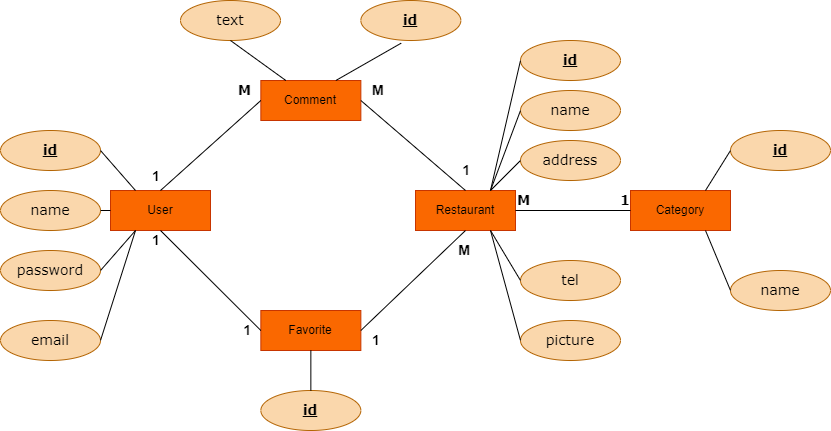
This is ERD餐廳論壇.png from zephyrlin33/picture, a draw.io export, as it was before one commit. Source tidied: cells renumbered, new cells last; positions are measured from the earlier drawing's top-left corner, leaving out a move shared by most shapes.
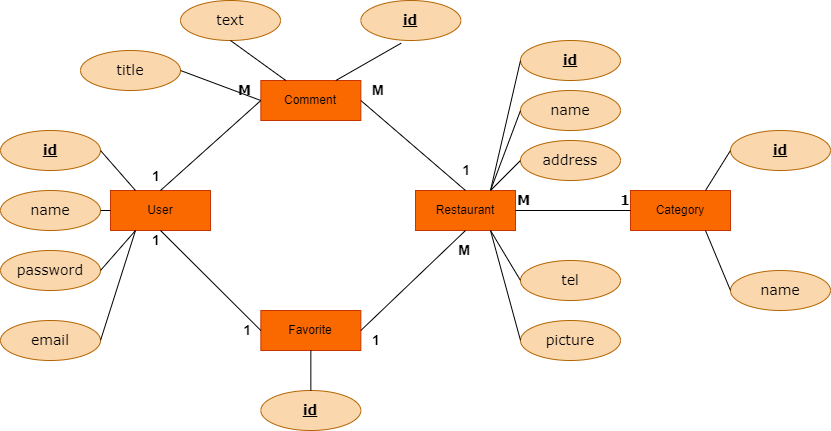
After the commit.

Commit message:
更新ERD餐廳論壇.png

Diff of the diagram source:
```diff
@@ -162,5 +162,11 @@
     <mxCell id="49" style="endArrow=none;html=1;rounded=0;fontFamily=Verdana;fontSize=14;exitX=0.75;exitY=1;exitDx=0;exitDy=0;entryX=0;entryY=0.5;entryDx=0;entryDy=0;" parent="1" edge="1" source="5" target="47">
       <mxGeometry relative="1" as="geometry" />
     </mxCell>
+    <mxCell id="50" value="title" style="ellipse;whiteSpace=wrap;html=1;align=center;fontFamily=Verdana;fontSize=14;fillColor=#fad7ac;strokeColor=#b46504;" parent="1" vertex="1">
+      <mxGeometry x="80" y="50" width="100" height="40" as="geometry" />
+    </mxCell>
+    <mxCell id="51" style="endArrow=none;html=1;rounded=0;fontFamily=Verdana;fontSize=14;exitX=1;exitY=0.5;exitDx=0;exitDy=0;entryX=0;entryY=0.5;entryDx=0;entryDy=0;" parent="1" edge="1" source="50" target="3">
+      <mxGeometry relative="1" as="geometry" />
+    </mxCell>
   </root>
 </mxGraphModel>
```
